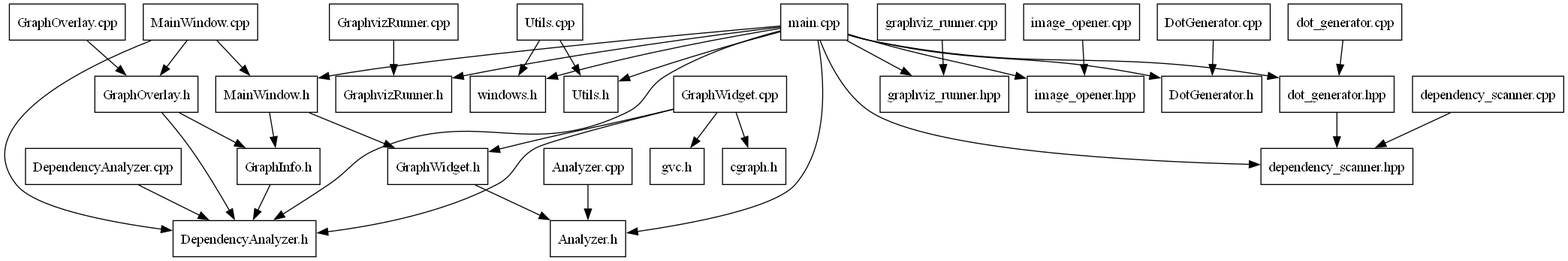
This is dependencies.png from AlexandraKemperMS/DependencyVisualizer, a Graphviz export, as it was before one commit. Its source is kept beside it as dependencies.dot. Source of this version:
```dot
digraph dependencies {
  node [shape=box];
  "GraphWidget.h" -> "Analyzer.h";
  "GraphvizRunner.cpp" -> "GraphvizRunner.h";
  "Analyzer.cpp" -> "Analyzer.h";
  "DependencyAnalyzer.cpp" -> "DependencyAnalyzer.h";
  "MainWindow.h" -> "GraphInfo.h";
  "MainWindow.h" -> "GraphWidget.h";
  "Utils.cpp" -> "windows.h";
  "Utils.cpp" -> "Utils.h";
  "GraphOverlay.cpp" -> "GraphOverlay.h";
  "graphviz_runner.cpp" -> "graphviz_runner.hpp";
  "image_opener.cpp" -> "image_opener.hpp";
  "DotGenerator.cpp" -> "DotGenerator.h";
  "GraphOverlay.h" -> "GraphInfo.h";
  "GraphOverlay.h" -> "DependencyAnalyzer.h";
  "main.cpp" -> "GraphvizRunner.h";
  "main.cpp" -> "DotGenerator.h";
  "main.cpp" -> "DependencyAnalyzer.h";
  "main.cpp" -> "Analyzer.h";
  "main.cpp" -> "Utils.h";
  "main.cpp" -> "image_opener.hpp";
  "main.cpp" -> "graphviz_runner.hpp";
  "main.cpp" -> "dot_generator.hpp";
  "main.cpp" -> "dependency_scanner.hpp";
  "main.cpp" -> "windows.h";
  "main.cpp" -> "MainWindow.h";
  "GraphWidget.cpp" -> "cgraph.h";
  "GraphWidget.cpp" -> "gvc.h";
  "GraphWidget.cpp" -> "DependencyAnalyzer.h";
  "GraphWidget.cpp" -> "GraphWidget.h";
  "MainWindow.cpp" -> "DependencyAnalyzer.h";
  "MainWindow.cpp" -> "GraphOverlay.h";
  "MainWindow.cpp" -> "MainWindow.h";
  "dependency_scanner.cpp" -> "dependency_scanner.hpp";
  "GraphInfo.h" -> "DependencyAnalyzer.h";
  "dot_generator.hpp" -> "dependency_scanner.hpp";
  "dot_generator.cpp" -> "dot_generator.hpp";
  "dependency_scanner.cpp";
  "MainWindow.cpp";
  "gvc.h";
  "cgraph.h";
  "GraphWidget.cpp";
  "dependency_scanner.hpp";
  "main.cpp";
  "DotGenerator.h";
  "graphviz_runner.hpp";
  "graphviz_runner.cpp";
  "DotGenerator.cpp";
  "GraphOverlay.h";
  "GraphWidget.h";
  "GraphvizRunner.h";
  "Analyzer.h";
  "GraphvizRunner.cpp";
  "Analyzer.cpp";
  "image_opener.cpp";
  "DependencyAnalyzer.h";
  "image_opener.hpp";
  "DependencyAnalyzer.cpp";
  "MainWindow.h";
  "dot_generator.cpp";
  "dot_generator.hpp";
  "windows.h";
  "GraphInfo.h";
  "GraphOverlay.cpp";
  "Utils.cpp";
  "Utils.h";
}
```
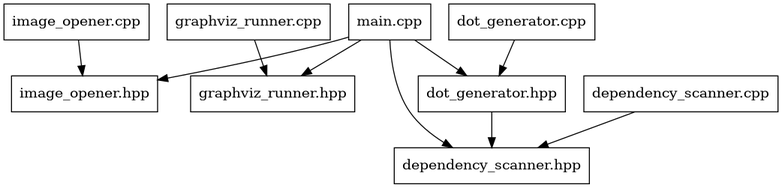
The same file after the commit.

Diff of the diagram source:
```diff
@@ -1,68 +1,21 @@
 digraph dependencies {
   node [shape=box];
-  "GraphWidget.h" -> "Analyzer.h";
-  "GraphvizRunner.cpp" -> "GraphvizRunner.h";
-  "Analyzer.cpp" -> "Analyzer.h";
-  "DependencyAnalyzer.cpp" -> "DependencyAnalyzer.h";
-  "MainWindow.h" -> "GraphInfo.h";
-  "MainWindow.h" -> "GraphWidget.h";
-  "Utils.cpp" -> "windows.h";
-  "Utils.cpp" -> "Utils.h";
-  "GraphOverlay.cpp" -> "GraphOverlay.h";
-  "graphviz_runner.cpp" -> "graphviz_runner.hpp";
-  "image_opener.cpp" -> "image_opener.hpp";
-  "DotGenerator.cpp" -> "DotGenerator.h";
-  "GraphOverlay.h" -> "GraphInfo.h";
-  "GraphOverlay.h" -> "DependencyAnalyzer.h";
-  "main.cpp" -> "GraphvizRunner.h";
-  "main.cpp" -> "DotGenerator.h";
-  "main.cpp" -> "DependencyAnalyzer.h";
-  "main.cpp" -> "Analyzer.h";
-  "main.cpp" -> "Utils.h";
   "main.cpp" -> "image_opener.hpp";
   "main.cpp" -> "graphviz_runner.hpp";
   "main.cpp" -> "dot_generator.hpp";
   "main.cpp" -> "dependency_scanner.hpp";
-  "main.cpp" -> "windows.h";
-  "main.cpp" -> "MainWindow.h";
-  "GraphWidget.cpp" -> "cgraph.h";
-  "GraphWidget.cpp" -> "gvc.h";
-  "GraphWidget.cpp" -> "DependencyAnalyzer.h";
-  "GraphWidget.cpp" -> "GraphWidget.h";
-  "MainWindow.cpp" -> "DependencyAnalyzer.h";
-  "MainWindow.cpp" -> "GraphOverlay.h";
-  "MainWindow.cpp" -> "MainWindow.h";
-  "dependency_scanner.cpp" -> "dependency_scanner.hpp";
-  "GraphInfo.h" -> "DependencyAnalyzer.h";
   "dot_generator.hpp" -> "dependency_scanner.hpp";
   "dot_generator.cpp" -> "dot_generator.hpp";
+  "dependency_scanner.cpp" -> "dependency_scanner.hpp";
+  "image_opener.cpp" -> "image_opener.hpp";
+  "graphviz_runner.cpp" -> "graphviz_runner.hpp";
+  "graphviz_runner.cpp";
+  "image_opener.cpp";
+  "dot_generator.cpp";
+  "dot_generator.hpp";
   "dependency_scanner.cpp";
-  "MainWindow.cpp";
-  "gvc.h";
-  "cgraph.h";
-  "GraphWidget.cpp";
+  "graphviz_runner.hpp";
+  "image_opener.hpp";
   "dependency_scanner.hpp";
   "main.cpp";
-  "DotGenerator.h";
-  "graphviz_runner.hpp";
-  "graphviz_runner.cpp";
-  "DotGenerator.cpp";
-  "GraphOverlay.h";
-  "GraphWidget.h";
-  "GraphvizRunner.h";
-  "Analyzer.h";
-  "GraphvizRunner.cpp";
-  "Analyzer.cpp";
-  "image_opener.cpp";
-  "DependencyAnalyzer.h";
-  "image_opener.hpp";
-  "DependencyAnalyzer.cpp";
-  "MainWindow.h";
-  "dot_generator.cpp";
-  "dot_generator.hpp";
-  "windows.h";
-  "GraphInfo.h";
-  "GraphOverlay.cpp";
-  "Utils.cpp";
-  "Utils.h";
 }
```
